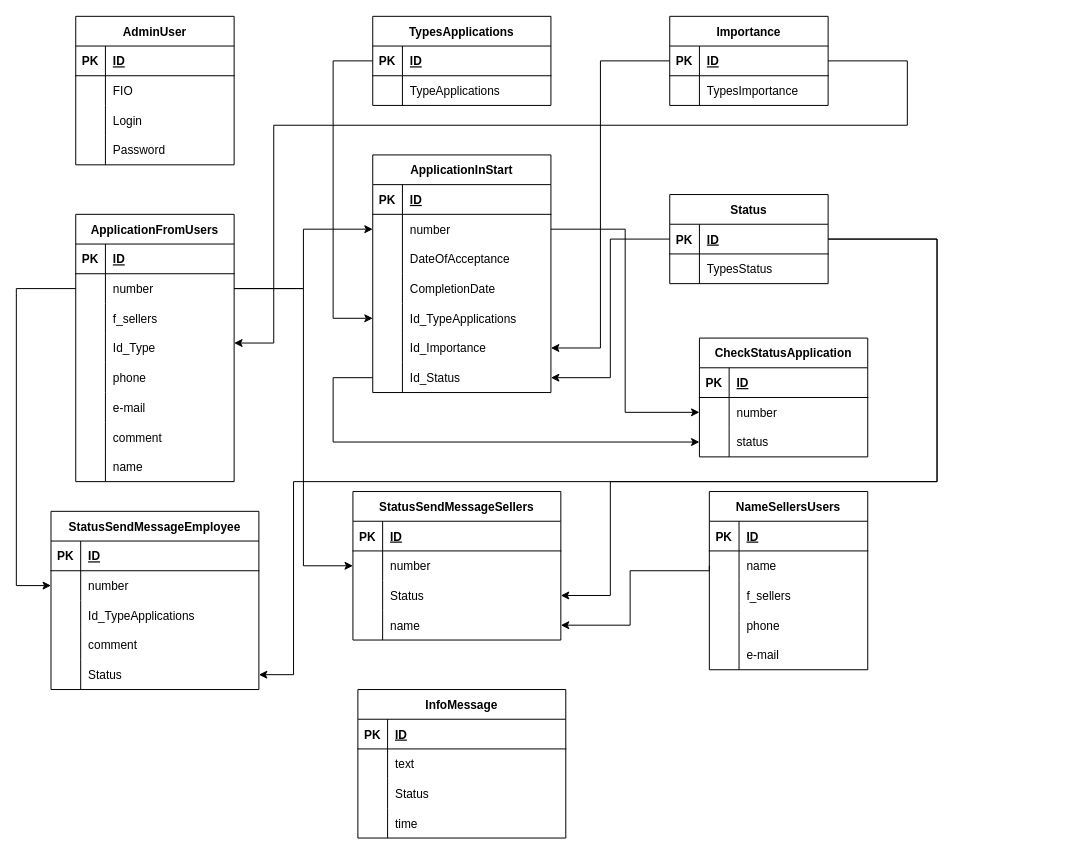
Xrefullx/Graduate-work-backend keeps this draw.io diagram as Block-diagram/Block-diagram.drawio.xml. Above is the earlier version. Source tidied: cells renumbered, new cells numbered last; positions are measured from the earlier drawing's top-left corner, leaving out a move shared by most shapes. Both pictures are drawn from the tidied source at 99%, with x=0, y=0 at pixel (16, 16).
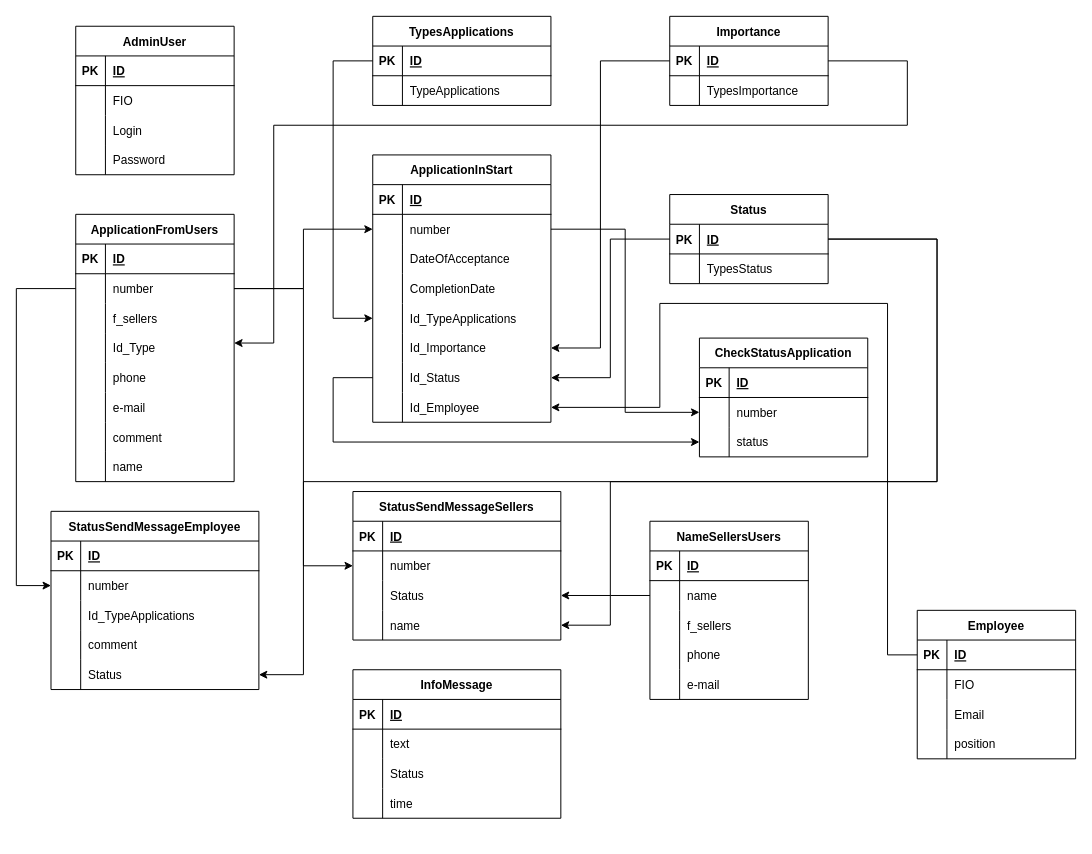
After the change.

Unchanged cells that the change refers to:
```xml
<mxCell id="81" style="shape=tableRow;horizontal=0;startSize=0;swimlaneHead=0;swimlaneBody=0;fillColor=none;points=[[0,0.5],[1,0.5]];portConstraint=eastwest;top=0;left=0;right=0;bottom=1;" parent="80" vertex="1">
  <mxGeometry y="30" width="160" height="30" as="geometry" />
</mxCell>
<mxCell id="110" style="shape=tableRow;horizontal=0;startSize=0;swimlaneHead=0;swimlaneBody=0;fillColor=none;points=[[0,0.5],[1,0.5]];portConstraint=eastwest;top=0;left=0;right=0;bottom=0;" parent="97" vertex="1">
  <mxGeometry y="150" width="210" height="30" as="geometry" />
</mxCell>
<mxCell id="130" style="shape=tableRow;horizontal=0;startSize=0;swimlaneHead=0;swimlaneBody=0;fillColor=none;points=[[0,0.5],[1,0.5]];portConstraint=eastwest;top=0;left=0;right=0;bottom=0;" parent="120" vertex="1">
  <mxGeometry y="120" width="210" height="30" as="geometry" />
</mxCell>
<mxCell id="137" style="shape=tableRow;horizontal=0;startSize=0;swimlaneHead=0;swimlaneBody=0;fillColor=none;points=[[0,0.5],[1,0.5]];portConstraint=eastwest;top=0;left=0;right=0;bottom=0;" parent="133" vertex="1">
  <mxGeometry y="60" width="160" height="30" as="geometry" />
</mxCell>
```

What changed in the source:
```diff
@@
     <mxCell id="2" value="AdminUser" style="shape=table;startSize=30;childLayout=tableLayout;rowLines=0;fontStyle=1;align=center;" parent="1" vertex="1">
-      <mxGeometry x="60" width="160" height="150" as="geometry" />
+      <mxGeometry x="60" y="10" width="160" height="150" as="geometry" />
     </mxCell>
@@
     <mxCell id="44" value="ApplicationInStart" style="shape=table;startSize=30;childLayout=tableLayout;rowLines=0;fontStyle=1;align=center;" parent="1" vertex="1">
-      <mxGeometry x="360" y="140" width="180" height="240" as="geometry" />
+      <mxGeometry x="360" y="140" width="180" height="270" as="geometry" />
     </mxCell>
@@
+    <mxCell id="167" style="shape=tableRow;horizontal=0;startSize=0;swimlaneHead=0;swimlaneBody=0;fillColor=none;points=[[0,0.5],[1,0.5]];portConstraint=eastwest;top=0;left=0;right=0;bottom=0;" parent="44" vertex="1">
+      <mxGeometry y="240" width="180" height="30" as="geometry" />
+    </mxCell>
+    <mxCell id="168" style="shape=partialRectangle;fillColor=none;top=0;left=0;bottom=0;right=0;overflow=hidden;" parent="167" vertex="1">
+      <mxGeometry width="30" height="30" as="geometry" />
+    </mxCell>
+    <mxCell id="169" value="Id_Employee" style="shape=partialRectangle;fillColor=none;top=0;left=0;bottom=0;right=0;align=left;spacingLeft=6;overflow=hidden;" parent="167" vertex="1">
+      <mxGeometry x="30" width="150" height="30" as="geometry" />
+    </mxCell>
@@
     <mxCell id="133" value="NameSellersUsers" style="shape=table;startSize=30;childLayout=tableLayout;rowLines=0;fontStyle=1;align=center;" parent="1" vertex="1">
-      <mxGeometry x="700" y="480" width="160" height="180" as="geometry" />
+      <mxGeometry x="640" y="510" width="160" height="180" as="geometry" />
     </mxCell>
@@
     <mxCell id="149" value="InfoMessage" style="shape=table;startSize=30;childLayout=tableLayout;rowLines=0;fontStyle=1;align=center;" parent="1" vertex="1">
-      <mxGeometry x="345" y="680" width="210" height="150" as="geometry" />
+      <mxGeometry x="340" y="660" width="210" height="150" as="geometry" />
     </mxCell>
@@
-    <mxCell id="162" style="edgeStyle=orthogonalEdgeStyle;rounded=0;jettySize=auto;html=1;exitX=0;exitY=0.5;exitDx=0;exitDy=0;entryX=1;entryY=0.5;entryDx=0;entryDy=0;" parent="1" edge="1" source="137" target="130">
-      <mxGeometry relative="1" as="geometry">
-        <Array as="points">
-          <mxPoint x="700" y="560" />
-          <mxPoint x="620" y="560" />
-          <mxPoint x="620" y="615" />
-        </Array>
-      </mxGeometry>
-    </mxCell>
@@
     <mxCell id="166" style="endArrow=classic;html=1;rounded=0;exitX=1;exitY=0.5;exitDx=0;exitDy=0;entryX=1;entryY=0.5;entryDx=0;entryDy=0;" parent="1" edge="1" source="81" target="110">
       <mxGeometry relative="1" as="geometry">
         <Array as="points">
           <mxPoint x="930" y="225" />
           <mxPoint x="930" y="470" />
-          <mxPoint x="280" y="470" />
-          <mxPoint x="280" y="665" />
+          <mxPoint x="290" y="470" />
+          <mxPoint x="290" y="665" />
         </Array>
       </mxGeometry>
     </mxCell>
+    <mxCell id="170" value="Employee" style="shape=table;startSize=30;childLayout=tableLayout;rowLines=0;fontStyle=1;align=center;" parent="1" vertex="1">
+      <mxGeometry x="910" y="600" width="160" height="150" as="geometry" />
+    </mxCell>
+    <mxCell id="171" style="shape=tableRow;horizontal=0;startSize=0;swimlaneHead=0;swimlaneBody=0;fillColor=none;points=[[0,0.5],[1,0.5]];portConstraint=eastwest;top=0;left=0;right=0;bottom=1;" parent="170" vertex="1">
+      <mxGeometry y="30" width="160" height="30" as="geometry" />
+    </mxCell>
+    <mxCell id="172" value="PK" style="shape=partialRectangle;fillColor=none;top=0;left=0;bottom=0;right=0;fontStyle=1;overflow=hidden;" parent="171" vertex="1">
+      <mxGeometry width="30" height="30" as="geometry" />
+    </mxCell>
+    <mxCell id="173" value="ID" style="shape=partialRectangle;fillColor=none;top=0;left=0;bottom=0;right=0;align=left;spacingLeft=6;fontStyle=5;overflow=hidden;" parent="171" vertex="1">
+      <mxGeometry x="30" width="130" height="30" as="geometry" />
+    </mxCell>
+    <mxCell id="174" style="shape=tableRow;horizontal=0;startSize=0;swimlaneHead=0;swimlaneBody=0;fillColor=none;top=0;left=0;right=0;bottom=0;" parent="170" vertex="1">
+      <mxGeometry y="60" width="160" height="30" as="geometry" />
+    </mxCell>
+    <mxCell id="175" style="shape=partialRectangle;fillColor=none;top=0;left=0;bottom=0;right=0;overflow=hidden;" parent="174" vertex="1">
+      <mxGeometry width="30" height="30" as="geometry" />
+    </mxCell>
+    <mxCell id="176" value="FIO" style="shape=partialRectangle;fillColor=none;top=0;left=0;bottom=0;right=0;align=left;spacingLeft=6;overflow=hidden;" parent="174" vertex="1">
+      <mxGeometry x="30" width="130" height="30" as="geometry" />
+    </mxCell>
+    <mxCell id="177" style="shape=tableRow;horizontal=0;startSize=0;swimlaneHead=0;swimlaneBody=0;fillColor=none;top=0;left=0;right=0;bottom=0;" parent="170" vertex="1">
+      <mxGeometry y="90" width="160" height="30" as="geometry" />
+    </mxCell>
+    <mxCell id="178" style="shape=partialRectangle;fillColor=none;top=0;left=0;bottom=0;right=0;overflow=hidden;" parent="177" vertex="1">
+      <mxGeometry width="30" height="30" as="geometry" />
+    </mxCell>
+    <mxCell id="179" value="Email" style="shape=partialRectangle;fillColor=none;top=0;left=0;bottom=0;right=0;align=left;spacingLeft=6;overflow=hidden;" parent="177" vertex="1">
+      <mxGeometry x="30" width="130" height="30" as="geometry" />
+    </mxCell>
+    <mxCell id="180" style="shape=tableRow;horizontal=0;startSize=0;swimlaneHead=0;swimlaneBody=0;fillColor=none;top=0;left=0;right=0;bottom=0;" parent="170" vertex="1">
+      <mxGeometry y="120" width="160" height="30" as="geometry" />
+    </mxCell>
+    <mxCell id="181" style="shape=partialRectangle;fillColor=none;top=0;left=0;bottom=0;right=0;overflow=hidden;" parent="180" vertex="1">
+      <mxGeometry width="30" height="30" as="geometry" />
+    </mxCell>
+    <mxCell id="182" value="position" style="shape=partialRectangle;fillColor=none;top=0;left=0;bottom=0;right=0;align=left;spacingLeft=6;overflow=hidden;" parent="180" vertex="1">
+      <mxGeometry x="30" width="130" height="30" as="geometry" />
+    </mxCell>
+    <mxCell id="183" style="endArrow=classic;html=1;rounded=0;exitX=0;exitY=0.5;exitDx=0;exitDy=0;entryX=1;entryY=0.5;entryDx=0;entryDy=0;" parent="1" edge="1" source="171" target="167">
+      <mxGeometry relative="1" as="geometry">
+        <Array as="points">
+          <mxPoint x="880" y="645" />
+          <mxPoint x="880" y="290" />
+          <mxPoint x="650" y="290" />
+          <mxPoint x="650" y="395" />
+        </Array>
+      </mxGeometry>
+    </mxCell>
+    <mxCell id="162" style="edgeStyle=orthogonalEdgeStyle;rounded=0;jettySize=auto;html=1;exitX=0;exitY=0.5;exitDx=0;exitDy=0;entryX=1;entryY=0.5;entryDx=0;entryDy=0;" parent="1" edge="1" source="137" target="130">
+      <mxGeometry relative="1" as="geometry">
+        <Array as="points">
+          <mxPoint x="600" y="585" />
+          <mxPoint x="600" y="615" />
+        </Array>
+      </mxGeometry>
+    </mxCell>
```
